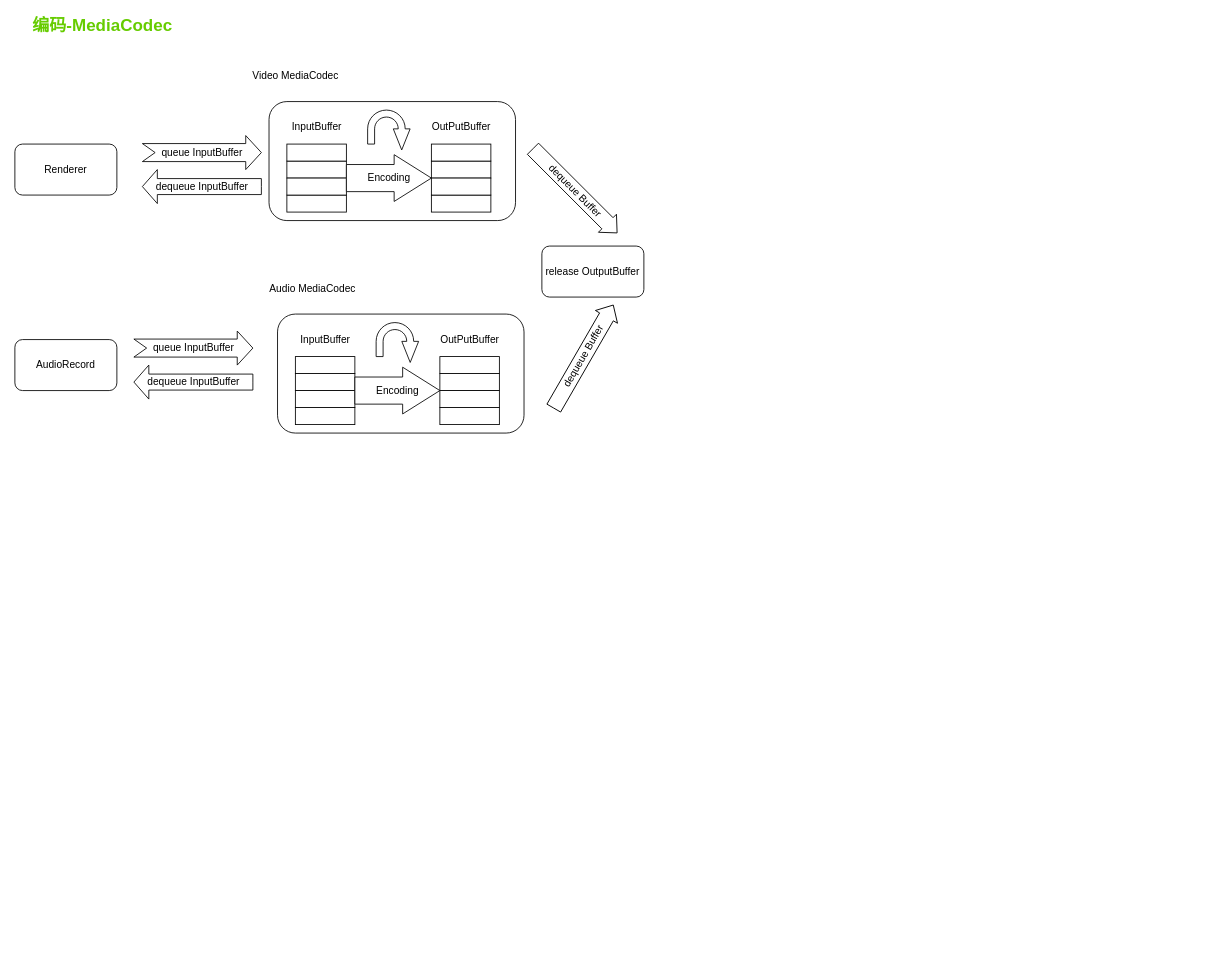
zcwfeng/zcw_android_demo keeps this draw.io diagram as page "音视频" (6 of 8) of docs/android_架构.drawio. Above is the earlier version. Source tidied: cells renumbered, new cells numbered last; positions are measured from the earlier drawing's top-left corner, leaving out a move shared by most shapes. Both pictures are drawn from the tidied source at 85%, with x=0, y=0 at pixel (14, 16).
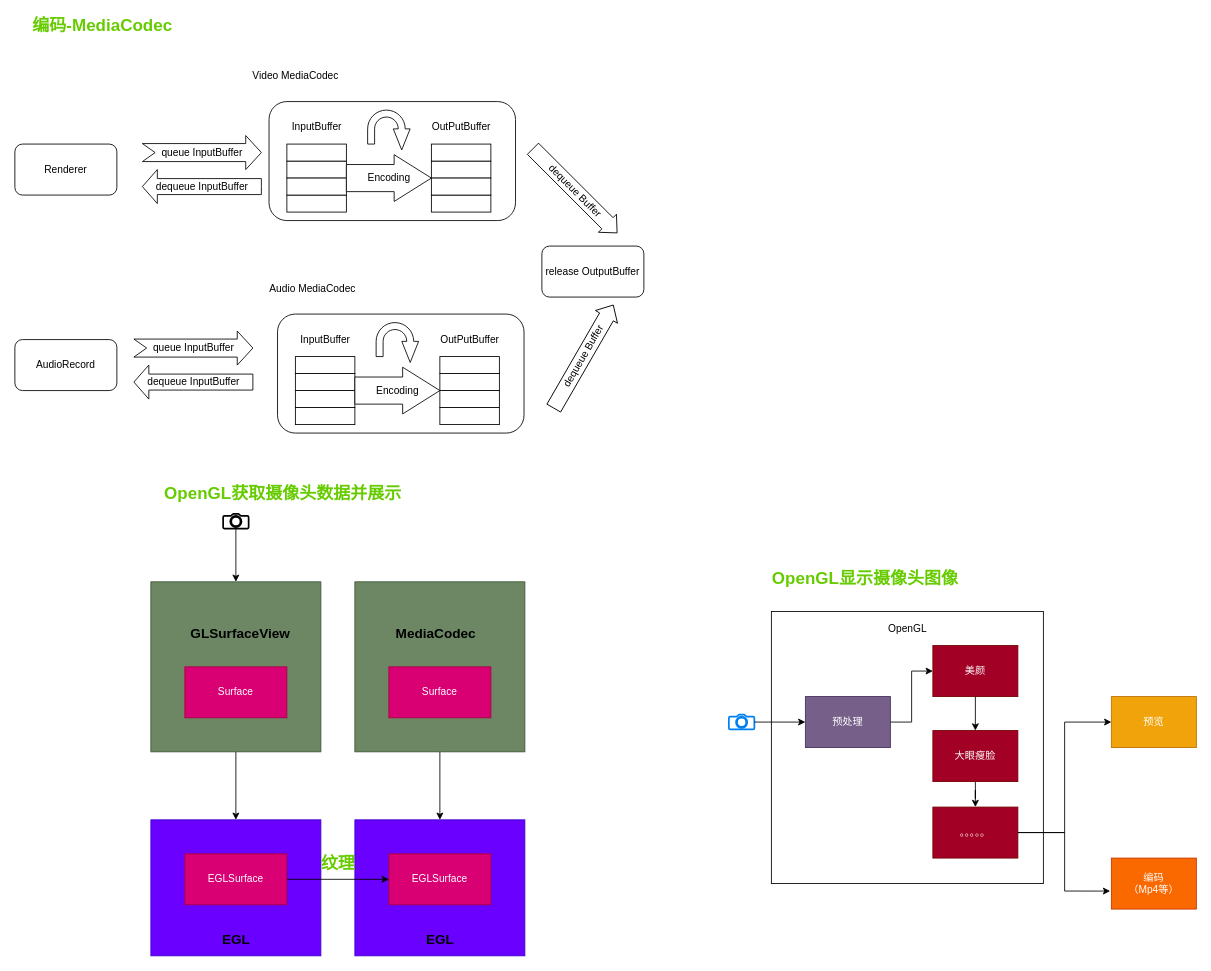
Above is the later version.

Change to the diagram source:
```diff
@@
+    <mxCell id="49" style="group;" parent="1" vertex="1">
+      <mxGeometry x="160" y="550" width="440" height="555" as="geometry" />
+    </mxCell>
+    <mxCell id="50" style="rounded=0;whiteSpace=wrap;html=1;fillColor=#6a00ff;strokeColor=#3700CC;fontColor=#ffffff;" parent="49" vertex="1">
+      <mxGeometry x="240" y="395" width="200" height="160" as="geometry" />
+    </mxCell>
+    <mxCell id="51" style="rounded=0;whiteSpace=wrap;html=1;fillColor=#6a00ff;strokeColor=#3700CC;fontColor=#ffffff;" parent="49" vertex="1">
+      <mxGeometry y="395" width="200" height="160" as="geometry" />
+    </mxCell>
+    <mxCell id="52" style="edgeStyle=orthogonalEdgeStyle;rounded=0;jettySize=auto;html=1;" parent="49" edge="1" source="53" target="50">
+      <mxGeometry relative="1" as="geometry" />
+    </mxCell>
+    <mxCell id="53" style="rounded=0;whiteSpace=wrap;html=1;fillColor=#6d8764;strokeColor=#3A5431;fontColor=#ffffff;" parent="49" vertex="1">
+      <mxGeometry x="240" y="115" width="200" height="200" as="geometry" />
+    </mxCell>
+    <mxCell id="54" style="edgeStyle=orthogonalEdgeStyle;rounded=0;jettySize=auto;html=1;" parent="49" edge="1" source="55" target="51">
+      <mxGeometry relative="1" as="geometry" />
+    </mxCell>
+    <mxCell id="55" style="rounded=0;whiteSpace=wrap;html=1;fillColor=#6d8764;strokeColor=#3A5431;fontColor=#ffffff;" parent="49" vertex="1">
+      <mxGeometry y="115" width="200" height="200" as="geometry" />
+    </mxCell>
+    <mxCell id="56" value="EGLSurface" style="rounded=0;whiteSpace=wrap;html=1;fillColor=#d80073;strokeColor=#A50040;fontColor=#ffffff;" parent="49" vertex="1">
+      <mxGeometry x="280" y="435" width="120" height="60" as="geometry" />
+    </mxCell>
+    <mxCell id="57" style="edgeStyle=orthogonalEdgeStyle;rounded=0;jettySize=auto;html=1;" parent="49" edge="1" source="58" target="56">
+      <mxGeometry relative="1" as="geometry" />
+    </mxCell>
+    <mxCell id="58" value="EGLSurface" style="rounded=0;whiteSpace=wrap;html=1;fillColor=#d80073;strokeColor=#A50040;fontColor=#ffffff;" parent="49" vertex="1">
+      <mxGeometry x="40" y="435" width="120" height="60" as="geometry" />
+    </mxCell>
+    <mxCell id="59" value="Surface" style="rounded=0;whiteSpace=wrap;html=1;fillColor=#d80073;strokeColor=#A50040;fontColor=#ffffff;" parent="49" vertex="1">
+      <mxGeometry x="280" y="215" width="120" height="60" as="geometry" />
+    </mxCell>
+    <mxCell id="60" value="Surface" style="rounded=0;whiteSpace=wrap;html=1;fillColor=#d80073;strokeColor=#A50040;fontColor=#ffffff;" parent="49" vertex="1">
+      <mxGeometry x="40" y="215" width="120" height="60" as="geometry" />
+    </mxCell>
+    <mxCell id="61" value="&lt;b&gt;&lt;font style=&quot;font-size: 16px&quot;&gt;EGL&lt;/font&gt;&lt;/b&gt;" style="text;html=1;align=center;verticalAlign=middle;" parent="49" vertex="1">
+      <mxGeometry x="75" y="525" width="50" height="20" as="geometry" />
+    </mxCell>
+    <mxCell id="62" value="&lt;b&gt;&lt;font style=&quot;font-size: 16px&quot;&gt;MediaCodec&lt;br&gt;&lt;/font&gt;&lt;/b&gt;" style="text;html=1;align=center;verticalAlign=middle;" parent="49" vertex="1">
+      <mxGeometry x="280" y="165" width="110" height="20" as="geometry" />
+    </mxCell>
+    <mxCell id="63" value="&lt;b&gt;&lt;font style=&quot;font-size: 16px&quot;&gt;EGL&lt;/font&gt;&lt;/b&gt;" style="text;html=1;align=center;verticalAlign=middle;" parent="49" vertex="1">
+      <mxGeometry x="315" y="525" width="50" height="20" as="geometry" />
+    </mxCell>
+    <mxCell id="64" value="&lt;b&gt;&lt;font style=&quot;font-size: 16px&quot;&gt;GLSurfaceView&lt;/font&gt;&lt;/b&gt;" style="text;html=1;align=center;verticalAlign=middle;" parent="49" vertex="1">
+      <mxGeometry x="40" y="165" width="130" height="20" as="geometry" />
+    </mxCell>
+    <mxCell id="65" value="&lt;font color=&quot;#66cc00&quot; size=&quot;1&quot;&gt;&lt;b style=&quot;font-size: 20px&quot;&gt;纹理&lt;/b&gt;&lt;/font&gt;" style="text;html=1;align=center;verticalAlign=middle;" parent="49" vertex="1">
+      <mxGeometry x="190" y="435" width="60" height="20" as="geometry" />
+    </mxCell>
+    <mxCell id="66" style="edgeStyle=orthogonalEdgeStyle;rounded=0;jettySize=auto;html=1;" parent="49" edge="1" source="67" target="55">
+      <mxGeometry relative="1" as="geometry" />
+    </mxCell>
+    <mxCell id="67" style="html=1;verticalLabelPosition=bottom;align=center;labelBackgroundColor=#ffffff;verticalAlign=top;strokeWidth=2;shadow=0;dashed=0;shape=mxgraph.ios7.icons.camera;" parent="49" vertex="1">
+      <mxGeometry x="85" y="35" width="30" height="17.4" as="geometry" />
+    </mxCell>
+    <mxCell id="68" value="&lt;b&gt;&lt;font style=&quot;font-size: 20px&quot; color=&quot;#66cc00&quot;&gt;OpenGL获取摄像头数据并展示&lt;/font&gt;&lt;/b&gt;" style="text;html=1;align=center;verticalAlign=middle;" parent="49" vertex="1">
+      <mxGeometry x="10" width="290" height="20" as="geometry" />
+    </mxCell>
+    <mxCell id="69" style="group;" parent="1" vertex="1">
+      <mxGeometry x="840" y="650" width="550" height="400" as="geometry" />
+    </mxCell>
+    <mxCell id="70" style="rounded=0;whiteSpace=wrap;html=1;" parent="69" vertex="1">
+      <mxGeometry x="50" y="50" width="320" height="320" as="geometry" />
+    </mxCell>
+    <mxCell id="71" style="html=1;verticalLabelPosition=bottom;align=center;labelBackgroundColor=#ffffff;verticalAlign=top;strokeWidth=2;strokeColor=#0080F0;shadow=0;dashed=0;shape=mxgraph.ios7.icons.camera;" parent="69" vertex="1">
+      <mxGeometry y="171.3" width="30" height="17.4" as="geometry" />
+    </mxCell>
+    <mxCell id="72" value="预处理" style="rounded=0;whiteSpace=wrap;html=1;fillColor=#76608a;strokeColor=#432D57;fontColor=#ffffff;" parent="69" vertex="1">
+      <mxGeometry x="90" y="150" width="100" height="60" as="geometry" />
+    </mxCell>
+    <mxCell id="73" style="edgeStyle=orthogonalEdgeStyle;rounded=0;jettySize=auto;html=1;entryX=0;entryY=0.5;entryDx=0;entryDy=0;" parent="69" edge="1" source="71" target="72">
+      <mxGeometry relative="1" as="geometry" />
+    </mxCell>
+    <mxCell id="74" value="。。。。。" style="rounded=0;whiteSpace=wrap;html=1;fillColor=#a20025;strokeColor=#6F0000;fontColor=#ffffff;" parent="69" vertex="1">
+      <mxGeometry x="240" y="280" width="100" height="60" as="geometry" />
+    </mxCell>
+    <mxCell id="75" style="edgeStyle=orthogonalEdgeStyle;rounded=0;jettySize=auto;html=1;entryX=0.5;entryY=0;entryDx=0;entryDy=0;" parent="69" edge="1" source="76" target="74">
+      <mxGeometry relative="1" as="geometry" />
+    </mxCell>
+    <mxCell id="76" value="大眼瘦脸" style="rounded=0;whiteSpace=wrap;html=1;fillColor=#a20025;strokeColor=#6F0000;fontColor=#ffffff;" parent="69" vertex="1">
+      <mxGeometry x="240" y="190" width="100" height="60" as="geometry" />
+    </mxCell>
+    <mxCell id="77" style="edgeStyle=orthogonalEdgeStyle;rounded=0;jettySize=auto;html=1;" parent="69" edge="1" source="78" target="76">
+      <mxGeometry relative="1" as="geometry" />
+    </mxCell>
+    <mxCell id="78" value="美颜" style="rounded=0;whiteSpace=wrap;html=1;fillColor=#a20025;strokeColor=#6F0000;fontColor=#ffffff;" parent="69" vertex="1">
+      <mxGeometry x="240" y="90" width="100" height="60" as="geometry" />
+    </mxCell>
+    <mxCell id="79" style="edgeStyle=orthogonalEdgeStyle;rounded=0;jettySize=auto;html=1;entryX=0;entryY=0.5;entryDx=0;entryDy=0;" parent="69" edge="1" source="72" target="78">
+      <mxGeometry relative="1" as="geometry" />
+    </mxCell>
+    <mxCell id="80" value="预览" style="rounded=0;whiteSpace=wrap;html=1;fillColor=#f0a30a;strokeColor=#BD7000;fontColor=#ffffff;" parent="69" vertex="1">
+      <mxGeometry x="450" y="150" width="100" height="60" as="geometry" />
+    </mxCell>
+    <mxCell id="81" style="edgeStyle=orthogonalEdgeStyle;rounded=0;jettySize=auto;html=1;entryX=0;entryY=0.5;entryDx=0;entryDy=0;" parent="69" edge="1" source="74" target="80">
+      <mxGeometry relative="1" as="geometry" />
+    </mxCell>
+    <mxCell id="82" value="编码&lt;br&gt;（Mp4等）" style="rounded=0;whiteSpace=wrap;html=1;fillColor=#fa6800;strokeColor=#C73500;fontColor=#ffffff;" parent="69" vertex="1">
+      <mxGeometry x="450" y="340" width="100" height="60" as="geometry" />
+    </mxCell>
+    <mxCell id="83" style="edgeStyle=orthogonalEdgeStyle;rounded=0;jettySize=auto;html=1;entryX=-0.014;entryY=0.647;entryDx=0;entryDy=0;entryPerimeter=0;" parent="69" edge="1" source="74" target="82">
+      <mxGeometry relative="1" as="geometry" />
+    </mxCell>
+    <mxCell id="84" value="OpenGL" style="text;html=1;align=center;verticalAlign=middle;" parent="69" vertex="1">
+      <mxGeometry x="180" y="60" width="60" height="20" as="geometry" />
+    </mxCell>
+    <mxCell id="85" value="&lt;b&gt;&lt;font style=&quot;font-size: 20px&quot; color=&quot;#66cc00&quot;&gt;OpenGL显示摄像头图像&lt;/font&gt;&lt;/b&gt;" style="text;html=1;align=center;verticalAlign=middle;" parent="69" vertex="1">
+      <mxGeometry x="45" width="230" height="20" as="geometry" />
+    </mxCell>
```
